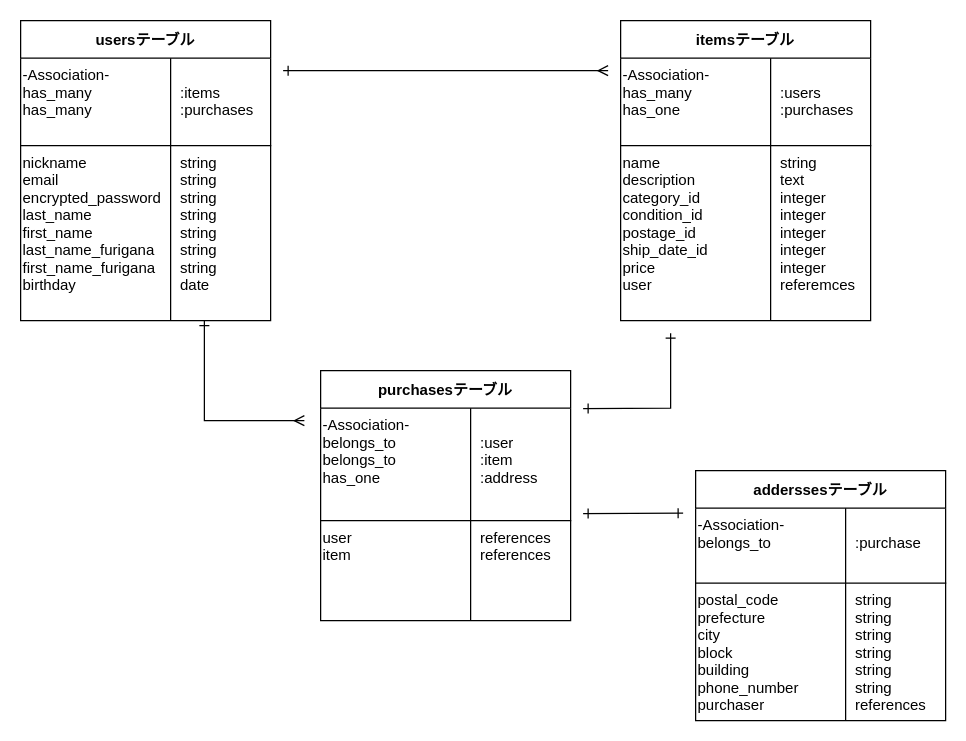
Earlier version of the draw.io diagram er.dio (ksk-o/furima-28136). Source tidied: cells renumbered, new cells numbered last; positions are measured from the earlier drawing's top-left corner, leaving out a move shared by most shapes. Both pictures are drawn from the tidied source at 125%, with x=0, y=0 at pixel (20, 20).
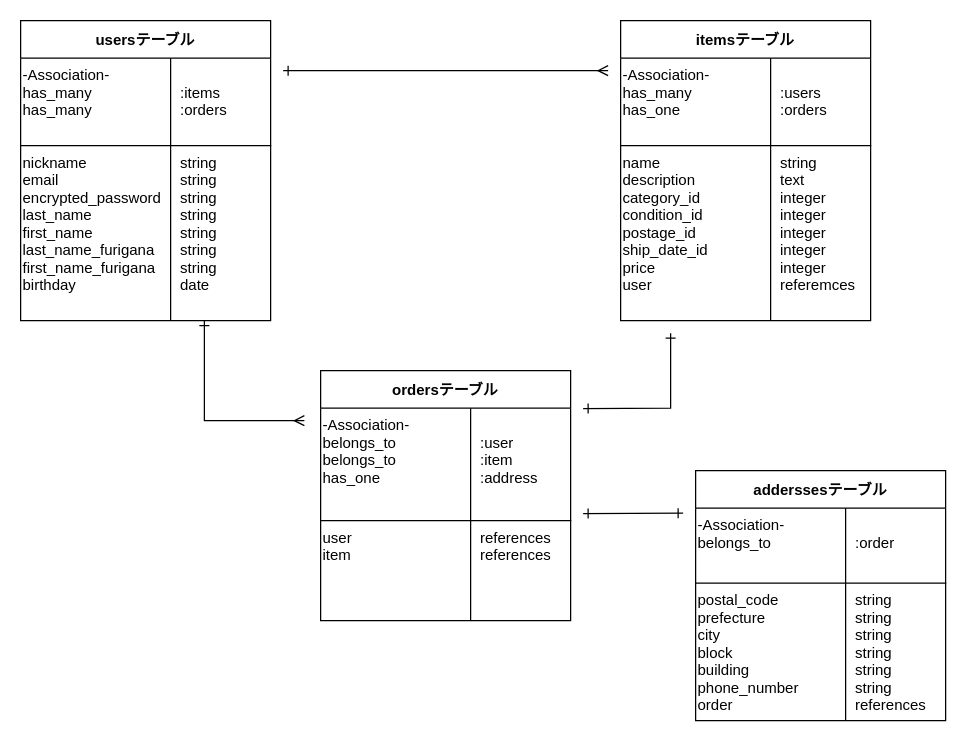
The same diagram, later.

Unchanged cells that the change refers to:
```xml
<mxCell id="5" style="shape=partialRectangle;fillColor=none;top=0;left=0;bottom=1;right=0;" parent="4" vertex="1">
  <mxGeometry y="30" width="200" height="70" as="geometry" />
</mxCell>
<mxCell id="12" style="shape=partialRectangle;fillColor=none;top=0;left=0;bottom=1;right=0;" parent="11" vertex="1">
  <mxGeometry y="30" width="200" height="70" as="geometry" />
</mxCell>
<mxCell id="26" style="shape=partialRectangle;fillColor=none;top=0;left=0;bottom=1;right=0;" parent="25" vertex="1">
  <mxGeometry y="30" width="200" height="60" as="geometry" />
</mxCell>
<mxCell id="29" style="shape=partialRectangle;fillColor=none;top=0;left=0;bottom=0;right=0;" parent="25" vertex="1">
  <mxGeometry y="90" width="200" height="110" as="geometry" />
</mxCell>
```

What changed in the source:
```diff
@@
-    <mxCell id="7" value="&#10;:items&#10;:purchases" style="shape=partialRectangle;fillColor=none;top=0;left=0;bottom=0;right=0;align=left;spacingLeft=6;fontStyle=0;overflow=hidden;verticalAlign=top;" parent="5" vertex="1">
+    <mxCell id="7" value="&#10;:items&#10;:orders" style="shape=partialRectangle;fillColor=none;top=0;left=0;bottom=0;right=0;align=left;spacingLeft=6;fontStyle=0;overflow=hidden;verticalAlign=top;" parent="5" vertex="1">
       <mxGeometry x="120" width="80" height="70" as="geometry" />
     </mxCell>
@@
-    <mxCell id="14" value="&#10;:users&#10;:purchases" style="shape=partialRectangle;fillColor=none;top=0;left=0;bottom=0;right=0;align=left;spacingLeft=6;fontStyle=0;overflow=hidden;verticalAlign=top;" parent="12" vertex="1">
+    <mxCell id="14" value="&#10;:users&#10;:orders" style="shape=partialRectangle;fillColor=none;top=0;left=0;bottom=0;right=0;align=left;spacingLeft=6;fontStyle=0;overflow=hidden;verticalAlign=top;" parent="12" vertex="1">
       <mxGeometry x="120" width="80" height="70" as="geometry" />
     </mxCell>
@@
-    <mxCell id="18" value="purchasesテーブル" style="shape=table;startSize=30;childLayout=tableLayout;rowLines=0;fontStyle=1;align=center;" parent="1" vertex="1">
+    <mxCell id="18" value="ordersテーブル" style="shape=table;startSize=30;childLayout=tableLayout;rowLines=0;fontStyle=1;align=center;" parent="1" vertex="1">
       <mxGeometry x="240" y="280" width="200" height="200" as="geometry" />
     </mxCell>
@@
-    <mxCell id="28" value="&#10;:purchase" style="shape=partialRectangle;fillColor=none;top=0;left=0;bottom=0;right=0;align=left;spacingLeft=6;fontStyle=0;overflow=hidden;verticalAlign=top;" parent="26" vertex="1">
+    <mxCell id="28" value="&#10;:order" style="shape=partialRectangle;fillColor=none;top=0;left=0;bottom=0;right=0;align=left;spacingLeft=6;fontStyle=0;overflow=hidden;verticalAlign=top;" parent="26" vertex="1">
       <mxGeometry x="120" width="80" height="60" as="geometry" />
     </mxCell>
@@
-    <mxCell id="30" value="postal_code&#10;prefecture&#10;city&#10;block&#10;building&#10;phone_number&#10;purchaser" style="shape=partialRectangle;fillColor=none;top=0;left=0;bottom=0;right=0;overflow=hidden;align=left;verticalAlign=top;" parent="29" vertex="1">
+    <mxCell id="30" value="postal_code&#10;prefecture&#10;city&#10;block&#10;building&#10;phone_number&#10;order" style="shape=partialRectangle;fillColor=none;top=0;left=0;bottom=0;right=0;overflow=hidden;align=left;verticalAlign=top;" parent="29" vertex="1">
       <mxGeometry width="120" height="110" as="geometry" />
     </mxCell>
```
